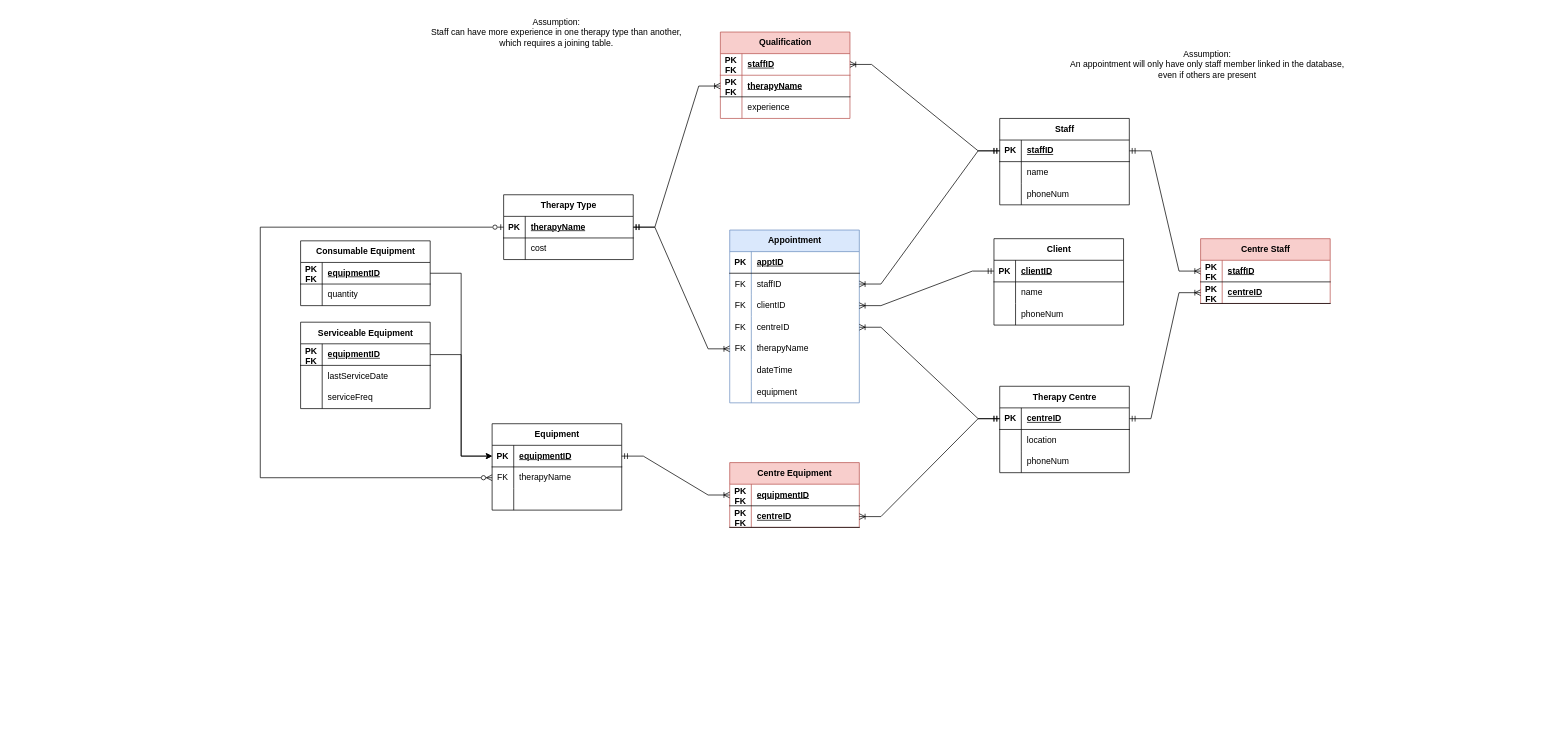
Cowsox/Cowsox keeps this draw.io diagram as Task3a.drawio. Above is the earlier version. Source tidied: cells renumbered, new cells numbered last; positions are measured from the earlier drawing's top-left corner, leaving out a move shared by most shapes. Both pictures are drawn from the tidied source at 72%, with x=0, y=0 at pixel (260, 12).
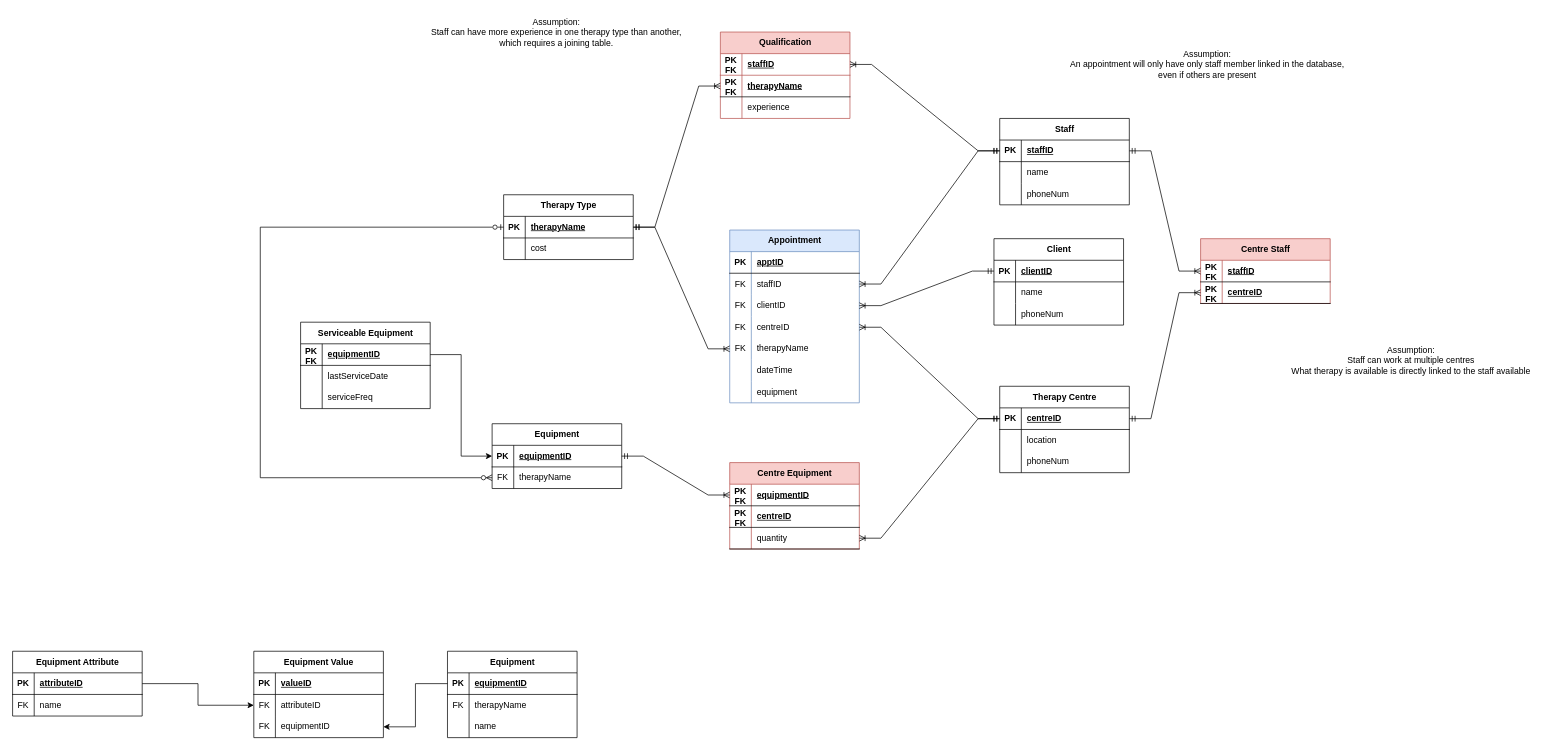
The same page after the edit.

The change refers to these unchanged cells:
```xml
<mxCell id="109" style="shape=tableRow;horizontal=0;startSize=0;swimlaneHead=0;swimlaneBody=0;fillColor=none;points=[[0,0.5],[1,0.5]];portConstraint=eastwest;top=0;left=0;right=0;bottom=1;" parent="108" vertex="1">
  <mxGeometry y="30" width="180" height="30" as="geometry" />
</mxCell>
```

The edit, as a diff of the source:
```diff
@@
-    <mxCell id="32" value="Consumable Equipment" style="shape=table;startSize=30;childLayout=tableLayout;rowLines=0;fontStyle=1;align=center;html=1;" parent="1" vertex="1">
-      <mxGeometry x="56" y="317" width="180" height="90" as="geometry" />
-    </mxCell>
-    <mxCell id="33" style="shape=tableRow;horizontal=0;startSize=0;swimlaneHead=0;swimlaneBody=0;fillColor=none;points=[[0,0.5],[1,0.5]];portConstraint=eastwest;top=0;left=0;right=0;bottom=1;" parent="32" vertex="1">
-      <mxGeometry y="30" width="180" height="30" as="geometry" />
-    </mxCell>
-    <mxCell id="34" value="PK FK" style="shape=partialRectangle;fillColor=none;top=0;left=0;bottom=0;right=0;fontStyle=1;overflow=hidden;whiteSpace=wrap;html=1;" parent="33" vertex="1">
-      <mxGeometry width="30" height="30" as="geometry" />
-    </mxCell>
-    <mxCell id="35" value="equipmentID" style="shape=partialRectangle;fillColor=none;top=0;left=0;bottom=0;right=0;align=left;spacingLeft=6;fontStyle=5;overflow=hidden;whiteSpace=wrap;html=1;" parent="33" vertex="1">
-      <mxGeometry x="30" width="150" height="30" as="geometry" />
-    </mxCell>
-    <mxCell id="36" style="shape=tableRow;horizontal=0;startSize=0;swimlaneHead=0;swimlaneBody=0;fillColor=none;top=0;left=0;right=0;bottom=0;" parent="32" vertex="1">
-      <mxGeometry y="60" width="180" height="30" as="geometry" />
-    </mxCell>
-    <mxCell id="37" style="shape=partialRectangle;fillColor=none;top=0;left=0;bottom=0;right=0;overflow=hidden;whiteSpace=wrap;html=1;" parent="36" vertex="1">
-      <mxGeometry width="30" height="30" as="geometry" />
-    </mxCell>
-    <mxCell id="38" value="quantity" style="shape=partialRectangle;fillColor=none;top=0;left=0;bottom=0;right=0;align=left;spacingLeft=6;overflow=hidden;whiteSpace=wrap;html=1;" parent="36" vertex="1">
-      <mxGeometry x="30" width="150" height="30" as="geometry" />
-    </mxCell>
@@
     <mxCell id="79" value="Centre Equipment" style="shape=table;startSize=30;childLayout=tableLayout;rowLines=0;fontStyle=1;align=center;html=1;fillColor=#f8cecc;strokeColor=#b85450;" parent="1" vertex="1">
-      <mxGeometry x="652" y="625" width="180" height="90" as="geometry" />
+      <mxGeometry x="652" y="625" width="180" height="120" as="geometry" />
     </mxCell>
@@
+    <mxCell id="127" style="shape=tableRow;horizontal=0;startSize=0;swimlaneHead=0;swimlaneBody=0;fillColor=none;top=0;left=0;right=0;bottom=1;" parent="79" vertex="1">
+      <mxGeometry y="60" width="180" height="30" as="geometry" />
+    </mxCell>
+    <mxCell id="34" value="PK FK" style="shape=partialRectangle;fillColor=none;top=0;left=0;bottom=0;right=0;fontStyle=1;overflow=hidden;whiteSpace=wrap;html=1;" parent="127" vertex="1">
+      <mxGeometry width="30" height="30" as="geometry" />
+    </mxCell>
+    <mxCell id="128" value="centreID" style="shape=partialRectangle;fillColor=none;top=0;left=0;bottom=0;right=0;align=left;spacingLeft=6;fontStyle=5;overflow=hidden;whiteSpace=wrap;html=1;" parent="127" vertex="1">
+      <mxGeometry x="30" width="150" height="30" as="geometry" />
+    </mxCell>
     <mxCell id="83" style="shape=tableRow;horizontal=0;startSize=0;swimlaneHead=0;swimlaneBody=0;fillColor=none;points=[[0,0.5],[1,0.5]];portConstraint=eastwest;top=0;left=0;right=0;bottom=1;" parent="79" vertex="1">
-      <mxGeometry y="60" width="180" height="30" as="geometry" />
+      <mxGeometry y="90" width="180" height="30" as="geometry" />
     </mxCell>
-    <mxCell id="84" value="PK FK" style="shape=partialRectangle;fillColor=none;top=0;left=0;bottom=0;right=0;fontStyle=1;overflow=hidden;whiteSpace=wrap;html=1;" parent="83" vertex="1">
+    <mxCell id="84" style="shape=partialRectangle;fillColor=none;top=0;left=0;bottom=0;right=0;fontStyle=1;overflow=hidden;whiteSpace=wrap;html=1;" parent="83" vertex="1">
       <mxGeometry width="30" height="30" as="geometry" />
     </mxCell>
-    <mxCell id="85" value="centreID" style="shape=partialRectangle;fillColor=none;top=0;left=0;bottom=0;right=0;align=left;spacingLeft=6;fontStyle=5;overflow=hidden;whiteSpace=wrap;html=1;" parent="83" vertex="1">
+    <mxCell id="85" value="&lt;span style=&quot;font-weight: normal;&quot;&gt;quantity&lt;/span&gt;" style="shape=partialRectangle;fillColor=none;top=0;left=0;bottom=0;right=0;align=left;spacingLeft=6;fontStyle=1;overflow=hidden;whiteSpace=wrap;html=1;" parent="83" vertex="1">
       <mxGeometry x="30" width="150" height="30" as="geometry" />
     </mxCell>
@@
     <mxCell id="108" value="Equipment" style="shape=table;startSize=30;childLayout=tableLayout;rowLines=0;fontStyle=1;align=center;html=1;" parent="1" vertex="1">
-      <mxGeometry x="322" y="571" width="180" height="120" as="geometry" />
+      <mxGeometry x="322" y="571" width="180" height="90" as="geometry" />
     </mxCell>
@@
-    <mxCell id="115" style="shape=tableRow;horizontal=0;startSize=0;swimlaneHead=0;swimlaneBody=0;fillColor=none;top=0;left=0;right=0;bottom=0;" parent="108" vertex="1">
-      <mxGeometry y="90" width="180" height="30" as="geometry" />
-    </mxCell>
-    <mxCell id="116" style="shape=partialRectangle;fillColor=none;top=0;left=0;bottom=0;right=0;overflow=hidden;whiteSpace=wrap;html=1;" parent="115" vertex="1">
-      <mxGeometry width="30" height="30" as="geometry" />
-    </mxCell>
-    <mxCell id="117" style="shape=partialRectangle;fillColor=none;top=0;left=0;bottom=0;right=0;align=left;spacingLeft=6;overflow=hidden;whiteSpace=wrap;html=1;" parent="115" vertex="1">
-      <mxGeometry x="30" width="150" height="30" as="geometry" />
-    </mxCell>
-    <mxCell id="118" style="edgeStyle=orthogonalEdgeStyle;rounded=0;jettySize=auto;html=1;exitX=1;exitY=0.5;exitDx=0;exitDy=0;entryX=0;entryY=0.5;entryDx=0;entryDy=0;" parent="1" edge="1" source="33" target="109">
-      <mxGeometry relative="1" as="geometry" />
-    </mxCell>
@@
+    <mxCell id="129" value="&lt;div&gt;Assumption:&lt;/div&gt;&lt;div&gt;Staff can work at multiple centres&lt;/div&gt;&lt;div&gt;What therapy is available is directly linked to the staff available&lt;br&gt;&lt;/div&gt;" style="text;html=1;align=center;verticalAlign=middle;strokeColor=none;fillColor=none;" parent="1" vertex="1">
+      <mxGeometry x="1423" y="455" width="350" height="55" as="geometry" />
+    </mxCell>
+    <mxCell id="130" value="Equipment" style="shape=table;startSize=30;childLayout=tableLayout;rowLines=0;fontStyle=1;align=center;html=1;" parent="1" vertex="1">
+      <mxGeometry x="260" y="887" width="180" height="120" as="geometry" />
+    </mxCell>
+    <mxCell id="131" style="shape=tableRow;horizontal=0;startSize=0;swimlaneHead=0;swimlaneBody=0;fillColor=none;points=[[0,0.5],[1,0.5]];portConstraint=eastwest;top=0;left=0;right=0;bottom=1;" parent="130" vertex="1">
+      <mxGeometry y="30" width="180" height="30" as="geometry" />
+    </mxCell>
+    <mxCell id="132" value="PK" style="shape=partialRectangle;fillColor=none;top=0;left=0;bottom=0;right=0;fontStyle=1;overflow=hidden;whiteSpace=wrap;html=1;" parent="131" vertex="1">
+      <mxGeometry width="30" height="30" as="geometry" />
+    </mxCell>
+    <mxCell id="35" value="equipmentID" style="shape=partialRectangle;fillColor=none;top=0;left=0;bottom=0;right=0;align=left;spacingLeft=6;fontStyle=5;overflow=hidden;whiteSpace=wrap;html=1;" parent="131" vertex="1">
+      <mxGeometry x="30" width="150" height="30" as="geometry" />
+    </mxCell>
+    <mxCell id="133" style="shape=tableRow;horizontal=0;startSize=0;swimlaneHead=0;swimlaneBody=0;fillColor=none;top=0;left=0;right=0;bottom=0;" parent="130" vertex="1">
+      <mxGeometry y="60" width="180" height="30" as="geometry" />
+    </mxCell>
+    <mxCell id="134" value="FK" style="shape=partialRectangle;fillColor=none;top=0;left=0;bottom=0;right=0;overflow=hidden;whiteSpace=wrap;html=1;" parent="133" vertex="1">
+      <mxGeometry width="30" height="30" as="geometry" />
+    </mxCell>
+    <mxCell id="135" value="therapyName" style="shape=partialRectangle;fillColor=none;top=0;left=0;bottom=0;right=0;align=left;spacingLeft=6;overflow=hidden;whiteSpace=wrap;html=1;" parent="133" vertex="1">
+      <mxGeometry x="30" width="150" height="30" as="geometry" />
+    </mxCell>
+    <mxCell id="136" style="shape=tableRow;horizontal=0;startSize=0;swimlaneHead=0;swimlaneBody=0;fillColor=none;top=0;left=0;right=0;bottom=0;" parent="130" vertex="1">
+      <mxGeometry y="90" width="180" height="30" as="geometry" />
+    </mxCell>
+    <mxCell id="137" style="shape=partialRectangle;fillColor=none;top=0;left=0;bottom=0;right=0;overflow=hidden;whiteSpace=wrap;html=1;" parent="136" vertex="1">
+      <mxGeometry width="30" height="30" as="geometry" />
+    </mxCell>
+    <mxCell id="138" value="name" style="shape=partialRectangle;fillColor=none;top=0;left=0;bottom=0;right=0;align=left;spacingLeft=6;overflow=hidden;whiteSpace=wrap;html=1;" parent="136" vertex="1">
+      <mxGeometry x="30" width="150" height="30" as="geometry" />
+    </mxCell>
+    <mxCell id="139" value="Equipment Value" style="shape=table;startSize=30;childLayout=tableLayout;rowLines=0;fontStyle=1;align=center;html=1;" parent="1" vertex="1">
+      <mxGeometry x="-9" y="887" width="180" height="120" as="geometry" />
+    </mxCell>
+    <mxCell id="140" style="shape=tableRow;horizontal=0;startSize=0;swimlaneHead=0;swimlaneBody=0;fillColor=none;top=0;left=0;right=0;bottom=1;" parent="139" vertex="1">
+      <mxGeometry y="30" width="180" height="30" as="geometry" />
+    </mxCell>
+    <mxCell id="141" value="PK" style="shape=partialRectangle;fillColor=none;top=0;left=0;bottom=0;right=0;fontStyle=1;overflow=hidden;whiteSpace=wrap;html=1;" parent="140" vertex="1">
+      <mxGeometry width="30" height="30" as="geometry" />
+    </mxCell>
+    <mxCell id="142" value="valueID" style="shape=partialRectangle;fillColor=none;top=0;left=0;bottom=0;right=0;align=left;spacingLeft=6;fontStyle=5;overflow=hidden;whiteSpace=wrap;html=1;" parent="140" vertex="1">
+      <mxGeometry x="30" width="150" height="30" as="geometry" />
+    </mxCell>
+    <mxCell id="143" style="shape=tableRow;horizontal=0;startSize=0;swimlaneHead=0;swimlaneBody=0;fillColor=none;points=[[0,0.5],[1,0.5]];portConstraint=eastwest;top=0;left=0;right=0;bottom=0;" parent="139" vertex="1">
+      <mxGeometry y="60" width="180" height="30" as="geometry" />
+    </mxCell>
+    <mxCell id="144" value="FK" style="shape=partialRectangle;fillColor=none;top=0;left=0;bottom=0;right=0;overflow=hidden;whiteSpace=wrap;html=1;" parent="143" vertex="1">
+      <mxGeometry width="30" height="30" as="geometry" />
+    </mxCell>
+    <mxCell id="145" value="attributeID" style="shape=partialRectangle;fillColor=none;top=0;left=0;bottom=0;right=0;align=left;spacingLeft=6;overflow=hidden;whiteSpace=wrap;html=1;" parent="143" vertex="1">
+      <mxGeometry x="30" width="150" height="30" as="geometry" />
+    </mxCell>
+    <mxCell id="146" style="shape=tableRow;horizontal=0;startSize=0;swimlaneHead=0;swimlaneBody=0;fillColor=none;points=[[0,0.5],[1,0.5]];portConstraint=eastwest;top=0;left=0;right=0;bottom=0;" parent="139" vertex="1">
+      <mxGeometry y="90" width="180" height="30" as="geometry" />
+    </mxCell>
+    <mxCell id="147" value="FK" style="shape=partialRectangle;fillColor=none;top=0;left=0;bottom=0;right=0;overflow=hidden;whiteSpace=wrap;html=1;" parent="146" vertex="1">
+      <mxGeometry width="30" height="30" as="geometry" />
+    </mxCell>
+    <mxCell id="148" value="equipmentID" style="shape=partialRectangle;fillColor=none;top=0;left=0;bottom=0;right=0;align=left;spacingLeft=6;overflow=hidden;whiteSpace=wrap;html=1;" parent="146" vertex="1">
+      <mxGeometry x="30" width="150" height="30" as="geometry" />
+    </mxCell>
+    <mxCell id="149" value="Equipment Attribute" style="shape=table;startSize=30;childLayout=tableLayout;rowLines=0;fontStyle=1;align=center;html=1;" parent="1" vertex="1">
+      <mxGeometry x="-344" y="887" width="180" height="90" as="geometry" />
+    </mxCell>
+    <mxCell id="150" style="shape=tableRow;horizontal=0;startSize=0;swimlaneHead=0;swimlaneBody=0;fillColor=none;points=[[0,0.5],[1,0.5]];portConstraint=eastwest;top=0;left=0;right=0;bottom=1;" parent="149" vertex="1">
+      <mxGeometry y="30" width="180" height="30" as="geometry" />
+    </mxCell>
+    <mxCell id="151" value="PK" style="shape=partialRectangle;fillColor=none;top=0;left=0;bottom=0;right=0;fontStyle=1;overflow=hidden;whiteSpace=wrap;html=1;" parent="150" vertex="1">
+      <mxGeometry width="30" height="30" as="geometry" />
+    </mxCell>
+    <mxCell id="152" value="attributeID" style="shape=partialRectangle;fillColor=none;top=0;left=0;bottom=0;right=0;align=left;spacingLeft=6;fontStyle=5;overflow=hidden;whiteSpace=wrap;html=1;" parent="150" vertex="1">
+      <mxGeometry x="30" width="150" height="30" as="geometry" />
+    </mxCell>
+    <mxCell id="153" style="shape=tableRow;horizontal=0;startSize=0;swimlaneHead=0;swimlaneBody=0;fillColor=none;top=0;left=0;right=0;bottom=0;" parent="149" vertex="1">
+      <mxGeometry y="60" width="180" height="30" as="geometry" />
+    </mxCell>
+    <mxCell id="154" value="FK" style="shape=partialRectangle;fillColor=none;top=0;left=0;bottom=0;right=0;overflow=hidden;whiteSpace=wrap;html=1;" parent="153" vertex="1">
+      <mxGeometry width="30" height="30" as="geometry" />
+    </mxCell>
+    <mxCell id="155" value="name" style="shape=partialRectangle;fillColor=none;top=0;left=0;bottom=0;right=0;align=left;spacingLeft=6;overflow=hidden;whiteSpace=wrap;html=1;" parent="153" vertex="1">
+      <mxGeometry x="30" width="150" height="30" as="geometry" />
+    </mxCell>
+    <mxCell id="156" style="edgeStyle=orthogonalEdgeStyle;rounded=0;jettySize=auto;html=1;exitX=1;exitY=0.5;exitDx=0;exitDy=0;entryX=0;entryY=0.5;entryDx=0;entryDy=0;" parent="1" edge="1" source="150" target="143">
+      <mxGeometry relative="1" as="geometry" />
+    </mxCell>
+    <mxCell id="157" style="edgeStyle=orthogonalEdgeStyle;rounded=0;jettySize=auto;html=1;exitX=0;exitY=0.5;exitDx=0;exitDy=0;entryX=1;entryY=0.5;entryDx=0;entryDy=0;" parent="1" edge="1" source="131" target="146">
+      <mxGeometry relative="1" as="geometry" />
+    </mxCell>
```
